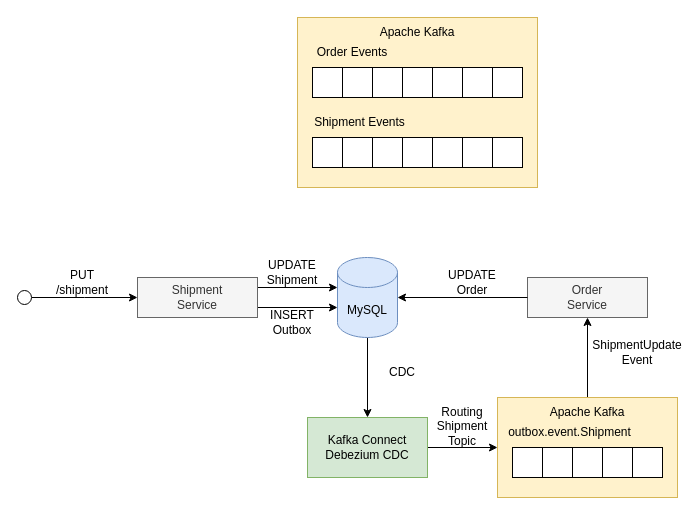
The draw.io diagram drawio/kafka/kafka-cdc-outbox-4.drawio in windowforsun/blog, before the edit. Source tidied: cells renumbered, new cells numbered last; positions are measured from the earlier drawing's top-left corner, leaving out a move shared by most shapes. Both pictures are drawn from the tidied source at 100%, with x=0, y=0 at pixel (17, 17).
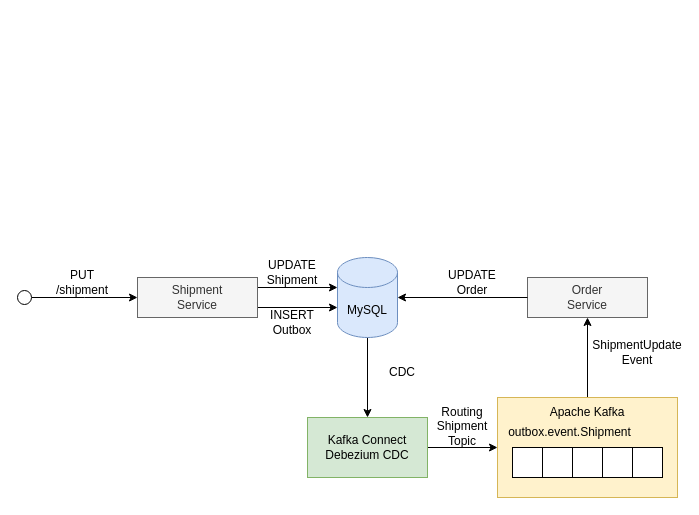
After the change.

The edit, as a diff of the source:
```diff
@@
-    <mxCell id="12" style="group;fillColor=#fff2cc;strokeColor=#d6b656;" parent="1" vertex="1">
-      <mxGeometry x="280" width="240" height="170" as="geometry" />
-    </mxCell>
-    <mxCell id="13" style="rounded=0;whiteSpace=wrap;html=1;fillColor=#fff2cc;strokeColor=#d6b656;" parent="12" vertex="1">
-      <mxGeometry width="240" height="170" as="geometry" />
-    </mxCell>
-    <mxCell id="14" value="Apache Kafka" style="text;html=1;align=center;verticalAlign=middle;whiteSpace=wrap;rounded=0;" parent="12" vertex="1">
-      <mxGeometry x="75" width="90" height="30" as="geometry" />
-    </mxCell>
-    <mxCell id="15" style="group;" parent="12" vertex="1">
-      <mxGeometry x="15" y="50" width="210" height="30" as="geometry" />
-    </mxCell>
-    <mxCell id="16" style="rounded=0;whiteSpace=wrap;html=1;" parent="15" vertex="1">
-      <mxGeometry width="30" height="30" as="geometry" />
-    </mxCell>
-    <mxCell id="17" style="rounded=0;whiteSpace=wrap;html=1;" parent="15" vertex="1">
-      <mxGeometry x="30" width="30" height="30" as="geometry" />
-    </mxCell>
-    <mxCell id="18" style="rounded=0;whiteSpace=wrap;html=1;" parent="15" vertex="1">
-      <mxGeometry x="60" width="30" height="30" as="geometry" />
-    </mxCell>
-    <mxCell id="19" style="rounded=0;whiteSpace=wrap;html=1;" parent="15" vertex="1">
-      <mxGeometry x="90" width="30" height="30" as="geometry" />
-    </mxCell>
-    <mxCell id="20" style="rounded=0;whiteSpace=wrap;html=1;" parent="15" vertex="1">
-      <mxGeometry x="120" width="30" height="30" as="geometry" />
-    </mxCell>
-    <mxCell id="21" style="rounded=0;whiteSpace=wrap;html=1;" parent="15" vertex="1">
-      <mxGeometry x="150" width="30" height="30" as="geometry" />
-    </mxCell>
-    <mxCell id="22" style="rounded=0;whiteSpace=wrap;html=1;" parent="15" vertex="1">
-      <mxGeometry x="180" width="30" height="30" as="geometry" />
-    </mxCell>
-    <mxCell id="23" value="Order Events" style="text;html=1;align=center;verticalAlign=middle;whiteSpace=wrap;rounded=0;" parent="12" vertex="1">
-      <mxGeometry x="15" y="20" width="80" height="30" as="geometry" />
-    </mxCell>
-    <mxCell id="24" style="group;" parent="12" vertex="1">
-      <mxGeometry x="15" y="120" width="210" height="30" as="geometry" />
-    </mxCell>
-    <mxCell id="25" style="rounded=0;whiteSpace=wrap;html=1;" parent="24" vertex="1">
-      <mxGeometry width="30" height="30" as="geometry" />
-    </mxCell>
-    <mxCell id="26" style="rounded=0;whiteSpace=wrap;html=1;" parent="24" vertex="1">
-      <mxGeometry x="30" width="30" height="30" as="geometry" />
-    </mxCell>
-    <mxCell id="27" style="rounded=0;whiteSpace=wrap;html=1;" parent="24" vertex="1">
-      <mxGeometry x="60" width="30" height="30" as="geometry" />
-    </mxCell>
-    <mxCell id="28" style="rounded=0;whiteSpace=wrap;html=1;" parent="24" vertex="1">
-      <mxGeometry x="90" width="30" height="30" as="geometry" />
-    </mxCell>
-    <mxCell id="29" style="rounded=0;whiteSpace=wrap;html=1;" parent="24" vertex="1">
-      <mxGeometry x="120" width="30" height="30" as="geometry" />
-    </mxCell>
-    <mxCell id="30" style="rounded=0;whiteSpace=wrap;html=1;" parent="24" vertex="1">
-      <mxGeometry x="150" width="30" height="30" as="geometry" />
-    </mxCell>
-    <mxCell id="31" style="rounded=0;whiteSpace=wrap;html=1;" parent="24" vertex="1">
-      <mxGeometry x="180" width="30" height="30" as="geometry" />
-    </mxCell>
-    <mxCell id="32" value="Shipment Events" style="text;html=1;align=center;verticalAlign=middle;whiteSpace=wrap;rounded=0;" parent="12" vertex="1">
-      <mxGeometry x="15" y="90" width="95" height="30" as="geometry" />
-    </mxCell>
```
